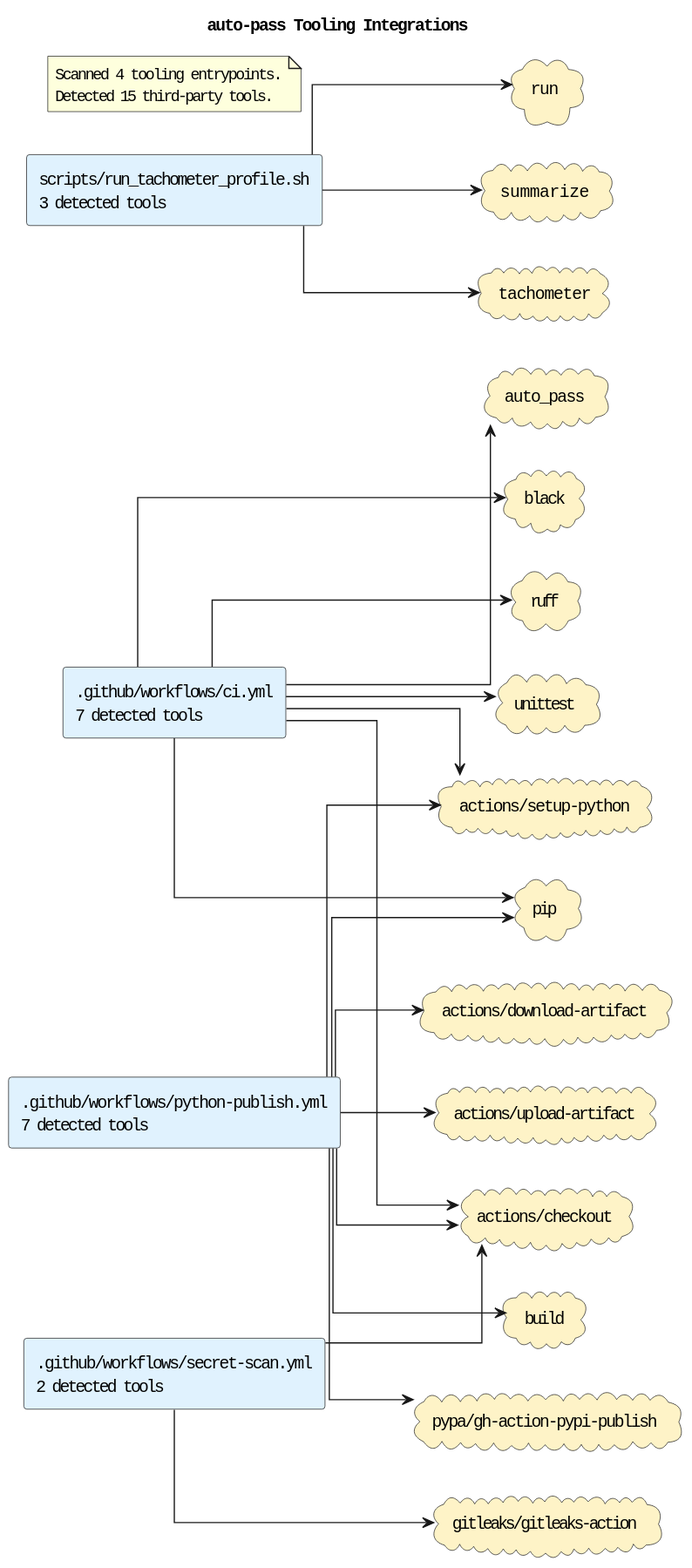
Before: docs/diagrams/tooling-integrations.puml.svg, a diagram exported from PlantUML (casonk/auto-pass).
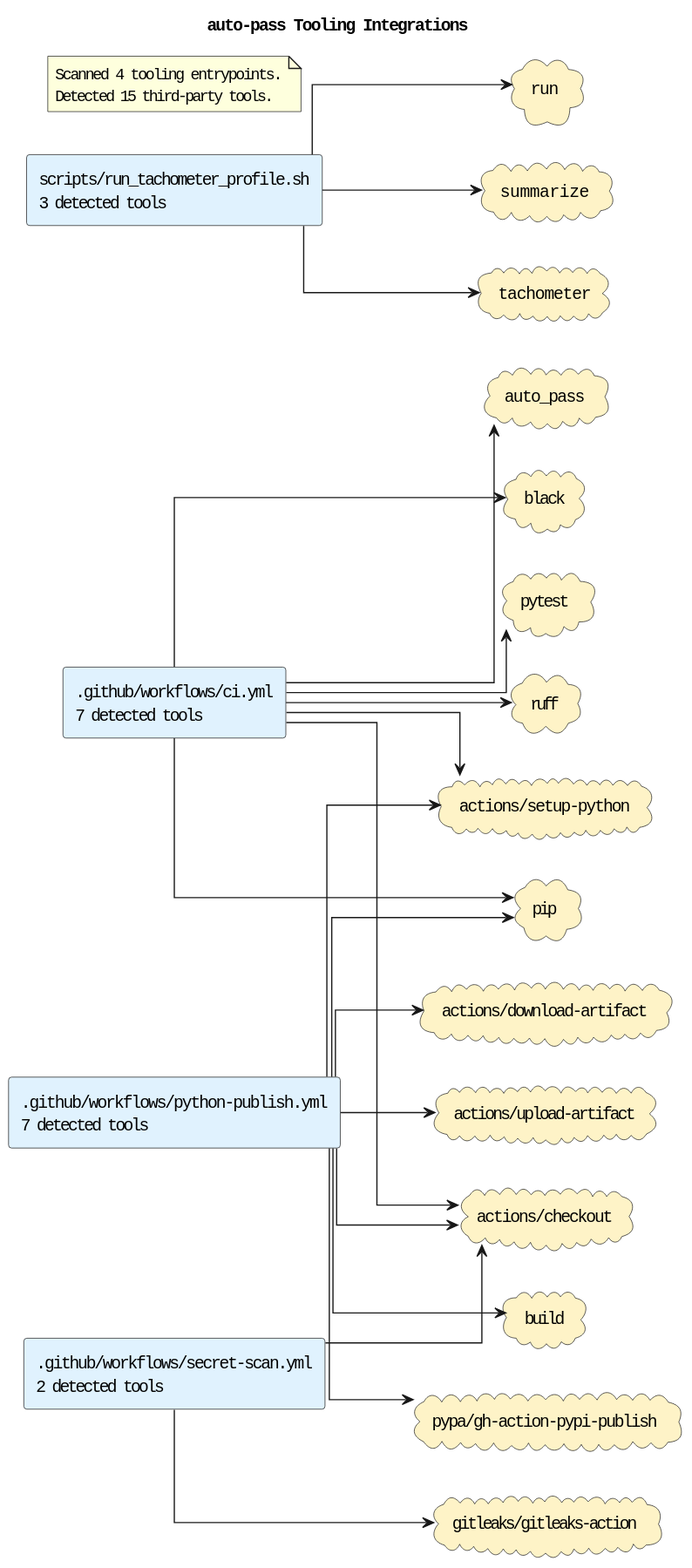
The same file after the commit.

Change to the diagram source:
```diff
@@ -19,18 +19,18 @@
 cloud "gitleaks/gitleaks-action" as tool_gitleaks_gitleaks_action #FEF3C7
 cloud "pip" as tool_pip #FEF3C7
 cloud "pypa/gh-action-pypi-publish" as tool_pypa_gh_action_pypi_publish #FEF3C7
+cloud "pytest" as tool_pytest #FEF3C7
 cloud "ruff" as tool_ruff #FEF3C7
 cloud "run" as tool_run #FEF3C7
 cloud "summarize" as tool_summarize #FEF3C7
 cloud "tachometer" as tool_tachometer #FEF3C7
-cloud "unittest" as tool_unittest #FEF3C7
 source_github_workflows_ci_yml --> tool_actions_checkout
 source_github_workflows_ci_yml --> tool_actions_setup_python
 source_github_workflows_ci_yml --> tool_auto_pass
 source_github_workflows_ci_yml --> tool_black
 source_github_workflows_ci_yml --> tool_pip
+source_github_workflows_ci_yml --> tool_pytest
 source_github_workflows_ci_yml --> tool_ruff
-source_github_workflows_ci_yml --> tool_unittest
 source_github_workflows_python_publish_yml --> tool_actions_checkout
 source_github_workflows_python_publish_yml --> tool_actions_download_artifact
 source_github_workflows_python_publish_yml --> tool_actions_setup_python
```
